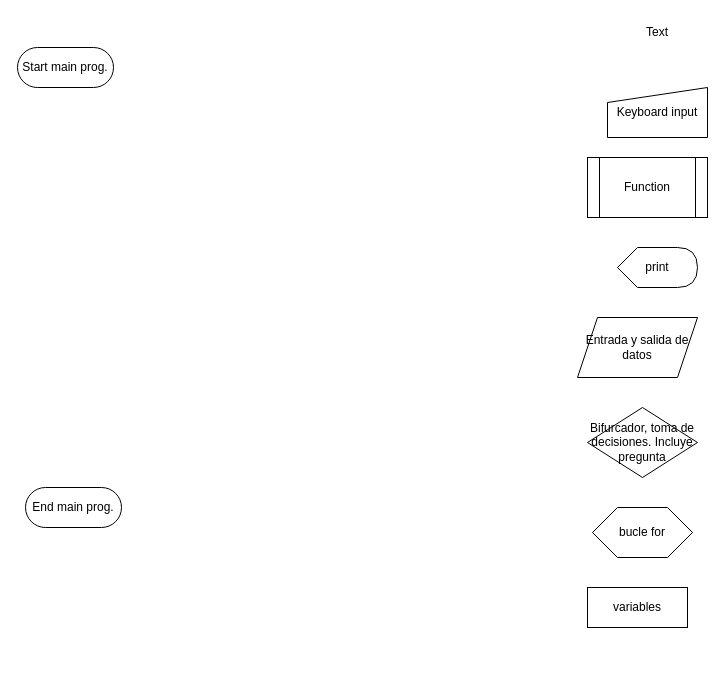
This is page "Plantilla" (1 of 7) of Flujogramas.drawio from MoltenDevLabs/data-science-bootcamp, a draw.io file, before an edit. Source tidied: cells renumbered, new cells numbered last; positions are measured from the earlier drawing's top-left corner, leaving out a move shared by most shapes. Both pictures are drawn from the tidied source at 100%, with x=0, y=0 at pixel (17, 17).
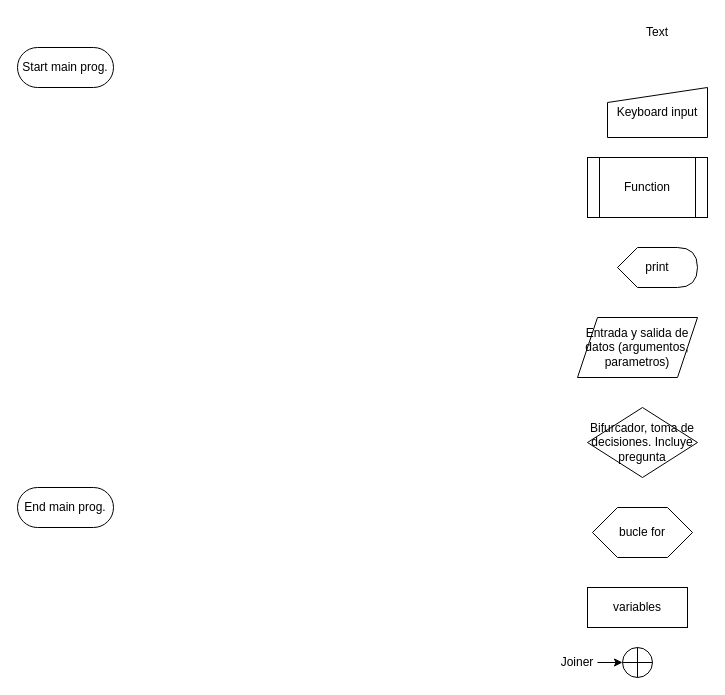
Above is the later version.

What changed in the source:
```diff
@@
 <mxGraphModel>
   <root>
     <mxCell id="0" />
     <mxCell id="1" parent="0" />
     <mxCell id="2" value="Start main prog." style="html=1;dashed=0;whiteSpace=wrap;shape=mxgraph.dfd.start;" parent="1" vertex="1">
       <mxGeometry y="30" width="96" height="40" as="geometry" />
     </mxCell>
     <mxCell id="3" value="End main prog." style="html=1;dashed=0;whiteSpace=wrap;shape=mxgraph.dfd.start;" parent="1" vertex="1">
-      <mxGeometry x="8" y="470" width="96" height="40" as="geometry" />
+      <mxGeometry y="470" width="96" height="40" as="geometry" />
     </mxCell>
     <mxCell id="4" value="Keyboard input" style="shape=manualInput;whiteSpace=wrap;html=1;dashed=0;size=15;" parent="1" vertex="1">
       <mxGeometry x="590" y="70" width="100" height="50" as="geometry" />
     </mxCell>
     <mxCell id="5" value="Function" style="shape=process;whiteSpace=wrap;html=1;backgroundOutline=1;" parent="1" vertex="1">
       <mxGeometry x="570" y="140" width="120" height="60" as="geometry" />
     </mxCell>
     <mxCell id="6" value="print" style="shape=display;whiteSpace=wrap;html=1;" parent="1" vertex="1">
       <mxGeometry x="600" y="230" width="80" height="40" as="geometry" />
     </mxCell>
-    <mxCell id="7" value="Entrada y salida de datos" style="shape=parallelogram;perimeter=parallelogramPerimeter;whiteSpace=wrap;html=1;fixedSize=1;" parent="1" vertex="1">
+    <mxCell id="7" value="Entrada y salida de datos (argumentos, parametros)" style="shape=parallelogram;perimeter=parallelogramPerimeter;whiteSpace=wrap;html=1;fixedSize=1;" parent="1" vertex="1">
       <mxGeometry x="560" y="300" width="120" height="60" as="geometry" />
     </mxCell>
     <mxCell id="8" value="Bifurcador, toma de decisiones. Incluye pregunta" style="shape=rhombus;html=1;dashed=0;whiteSpace=wrap;perimeter=rhombusPerimeter;" parent="1" vertex="1">
       <mxGeometry x="570" y="390" width="110" height="70" as="geometry" />
     </mxCell>
     <mxCell id="9" value="Text" style="text;html=1;align=center;verticalAlign=middle;whiteSpace=wrap;rounded=0;" parent="1" vertex="1">
       <mxGeometry x="610" width="60" height="30" as="geometry" />
     </mxCell>
     <mxCell id="10" value="bucle for" style="shape=hexagon;perimeter=hexagonPerimeter2;whiteSpace=wrap;html=1;size=0.25;" parent="1" vertex="1">
       <mxGeometry x="575" y="490" width="100" height="50" as="geometry" />
     </mxCell>
     <mxCell id="11" value="variables" style="rounded=0;whiteSpace=wrap;html=1;" parent="1" vertex="1">
       <mxGeometry x="570" y="570" width="100" height="40" as="geometry" />
     </mxCell>
+    <mxCell id="12" style="shape=orEllipse;perimeter=ellipsePerimeter;whiteSpace=wrap;html=1;backgroundOutline=1;" parent="1" vertex="1">
+      <mxGeometry x="605" y="630" width="30" height="30" as="geometry" />
+    </mxCell>
+    <mxCell id="13" style="edgeStyle=orthogonalEdgeStyle;rounded=0;jettySize=auto;html=1;" parent="1" edge="1" source="14" target="12">
+      <mxGeometry relative="1" as="geometry" />
+    </mxCell>
+    <mxCell id="14" value="Joiner" style="text;html=1;align=center;verticalAlign=middle;whiteSpace=wrap;rounded=0;" parent="1" vertex="1">
+      <mxGeometry x="540" y="630" width="40" height="30" as="geometry" />
+    </mxCell>
   </root>
 </mxGraphModel>
```
